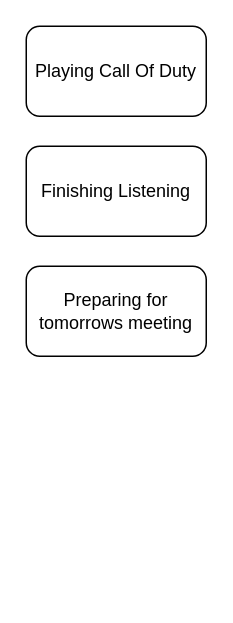
surfersulver994/PAT keeps this draw.io diagram as Untitled Diagram.drawio. Above is the earlier version. Source tidied: cells renumbered, new cells numbered last; positions are measured from the earlier drawing's top-left corner, leaving out a move shared by most shapes. Both pictures are drawn from the tidied source at 150%, with x=0, y=0 at pixel (26, 26).
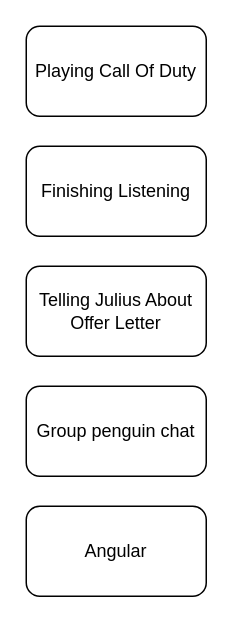
The same page after the edit.

The edit, as a diff of the source:
```diff
@@
 <mxGraphModel>
   <root>
     <mxCell id="0" />
     <mxCell id="1" parent="0" />
     <mxCell id="2" value="Playing Call Of Duty" style="rounded=1;whiteSpace=wrap;html=1;" parent="1" vertex="1">
       <mxGeometry width="120" height="60" as="geometry" />
     </mxCell>
-    <mxCell id="3" value="Preparing for tomorrows meeting" style="rounded=1;whiteSpace=wrap;html=1;" parent="1" vertex="1">
+    <mxCell id="3" value="Telling Julius About Offer Letter" style="rounded=1;whiteSpace=wrap;html=1;" parent="1" vertex="1">
       <mxGeometry y="160" width="120" height="60" as="geometry" />
     </mxCell>
     <mxCell id="4" value="Finishing Listening" style="rounded=1;whiteSpace=wrap;html=1;" parent="1" vertex="1">
       <mxGeometry y="80" width="120" height="60" as="geometry" />
     </mxCell>
+    <mxCell id="5" value="Group penguin chat" style="rounded=1;whiteSpace=wrap;html=1;" parent="1" vertex="1">
+      <mxGeometry y="240" width="120" height="60" as="geometry" />
+    </mxCell>
+    <mxCell id="6" value="Angular" style="rounded=1;whiteSpace=wrap;html=1;" parent="1" vertex="1">
+      <mxGeometry y="320" width="120" height="60" as="geometry" />
+    </mxCell>
   </root>
 </mxGraphModel>
```
